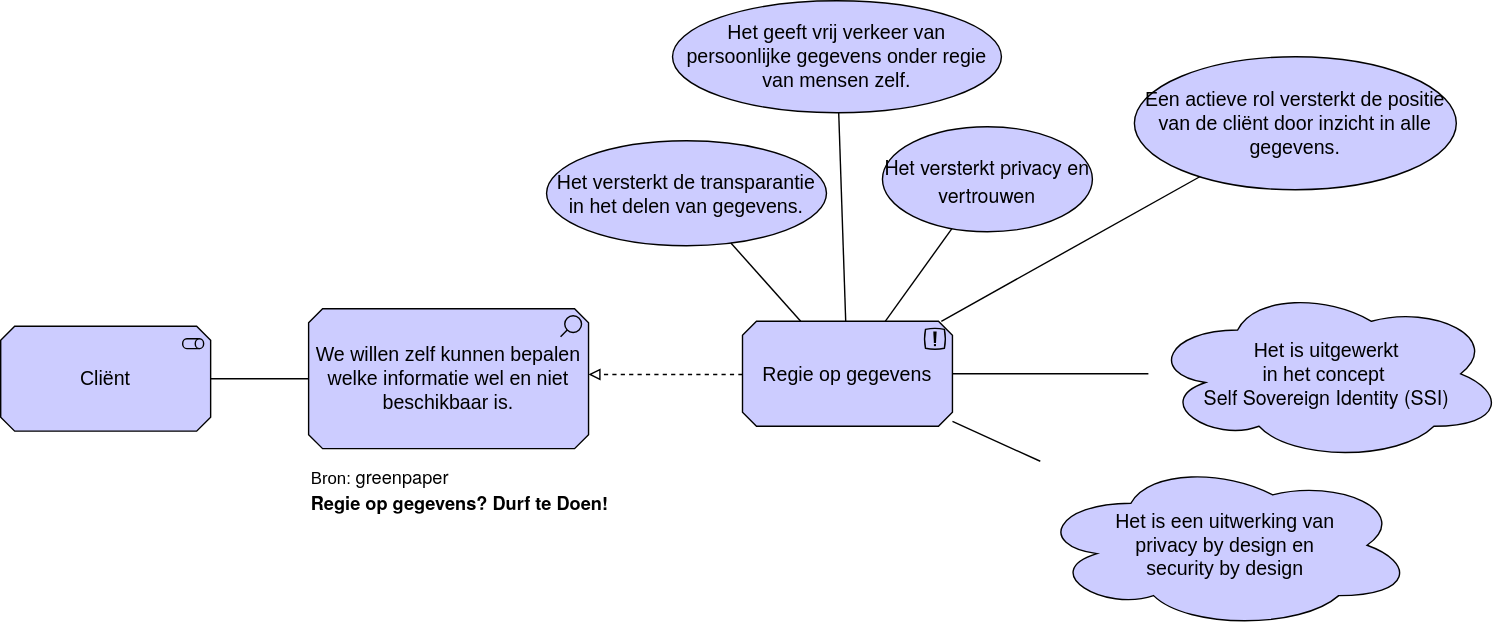
This is .gitbook/assets/motivation/datacontrol.svg from dizra/docs, a draw.io export, as it was before one commit. Source tidied: cells renumbered, new cells last; positions are measured from the earlier drawing's top-left corner, leaving out a move shared by most shapes.
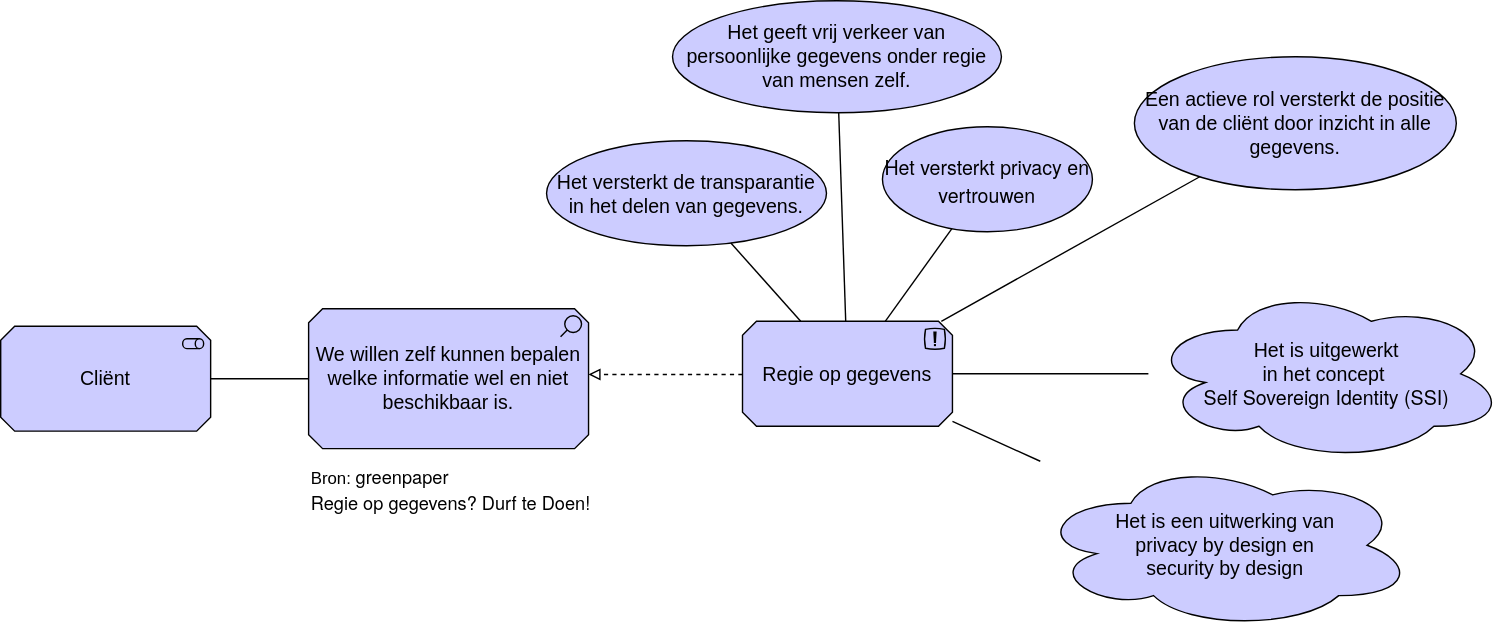
Above is the later version.

The edit, as a diff of the source:
```diff
@@ -44,7 +44,7 @@
     <mxCell id="15" style="endArrow=none;html=1;" parent="1" edge="1" source="19" target="14">
       <mxGeometry relative="1" as="geometry" />
     </mxCell>
-    <mxCell id="16" value="Bron:&amp;nbsp;&lt;span style=&quot;font-family: &amp;quot;helvetica neue&amp;quot; ; font-size: 13px&quot;&gt;greenpaper&lt;/span&gt;&lt;span class=&quot;Apple-converted-space&quot; style=&quot;font-family: &amp;quot;helvetica neue&amp;quot; ; font-size: 13px&quot;&gt;&amp;nbsp;&lt;/span&gt;&lt;p class=&quot;p1&quot; style=&quot;margin: 0px ; font-stretch: normal ; font-size: 13px ; line-height: normal ; font-family: &amp;quot;helvetica neue&amp;quot;&quot;&gt;&lt;b&gt;Regie op gegevens? Durf te Doen!&lt;span class=&quot;Apple-converted-space&quot;&gt;&amp;nbsp;&lt;/span&gt;&lt;/b&gt;&lt;/p&gt;" style="text;html=1;strokeColor=none;fillColor=none;align=left;verticalAlign=middle;whiteSpace=wrap;rounded=0;" parent="1" vertex="1">
+    <mxCell id="16" value="Bron:&amp;nbsp;&lt;span style=&quot;font-family: &amp;quot;helvetica neue&amp;quot; ; font-size: 13px&quot;&gt;greenpaper&lt;/span&gt;&lt;span class=&quot;Apple-converted-space&quot; style=&quot;font-family: &amp;quot;helvetica neue&amp;quot; ; font-size: 13px&quot;&gt;&amp;nbsp;&lt;/span&gt;&lt;p class=&quot;p1&quot; style=&quot;margin: 0px ; font-stretch: normal ; font-size: 13px ; line-height: normal ; font-family: &amp;quot;helvetica neue&amp;quot;&quot;&gt;&lt;span&gt;Regie op gegevens? Durf te Doen!&lt;span class=&quot;Apple-converted-space&quot;&gt;&amp;nbsp;&lt;/span&gt;&lt;/span&gt;&lt;/p&gt;" style="text;html=1;strokeColor=none;fillColor=none;align=left;verticalAlign=middle;whiteSpace=wrap;rounded=0;fontStyle=0;" parent="1" vertex="1">
       <mxGeometry x="220" y="340" width="350" height="20" as="geometry" />
     </mxCell>
     <mxCell id="17" value="Het is uitgewerkt &lt;br style=&quot;font-size: 14px;&quot;&gt;in het concept&amp;nbsp;&lt;br style=&quot;font-size: 14px;&quot;&gt;&lt;span style=&quot;font-family: &amp;quot;helvetica neue&amp;quot;; font-size: 14px;&quot;&gt;Self Sovereign Identity (SSI)&lt;/span&gt;" style="shape=cloud;html=1;whiteSpace=wrap;fillColor=#CCCCFF;align=center;strokeColor=#000000;fontSize=14;fontColor=#000000;" parent="1" vertex="1">
```
